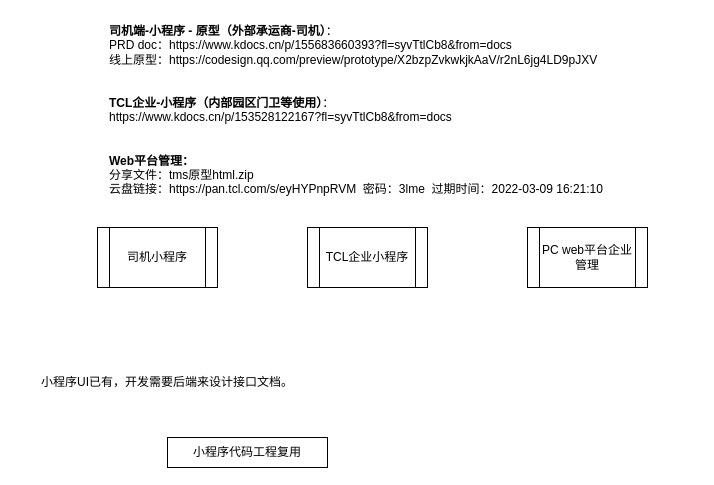
This is page "触点端" (1 of 10) of TMS.drawio from lawplus/diagrams, a draw.io file, before an edit. Source tidied: cells renumbered, new cells numbered last; positions are measured from the earlier drawing's top-left corner, leaving out a move shared by most shapes. Both pictures are drawn from the tidied source at 100%, with x=0, y=0 at pixel (17, 17).
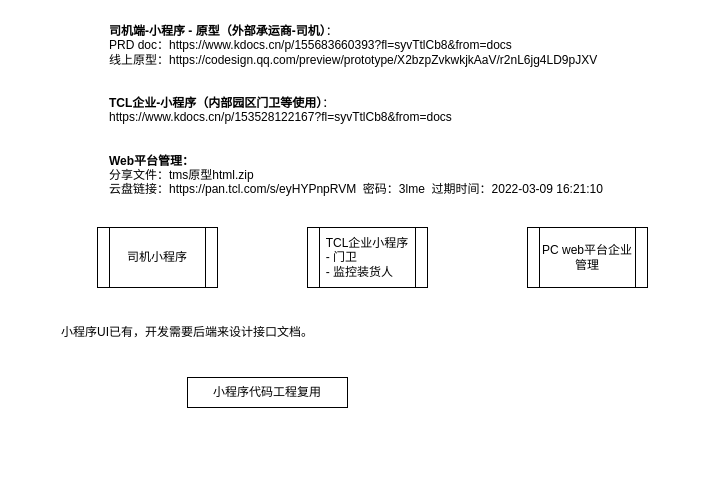
The same page after the edit.

Change to the diagram source:
```diff
@@
 <mxGraphModel>
   <root>
     <mxCell id="0" />
     <mxCell id="1" parent="0" />
     <mxCell id="2" value="&lt;b&gt;司机端-小程序 - 原型（外部承运商-司机）&lt;/b&gt;：&amp;nbsp;&lt;br&gt;PRD doc：https://www.kdocs.cn/p/155683660393?fl=syvTtlCb8&amp;amp;from=docs &lt;br&gt;线上原型：https://codesign.qq.com/preview/prototype/X2bzpZvkwkjkAaV/r2nL6jg4LD9pJXV&lt;br&gt;&lt;br&gt;&lt;br&gt;&lt;b&gt;TCL企业-小程序（内部园区门卫等使用）&lt;/b&gt;：&lt;br&gt;https://www.kdocs.cn/p/153528122167?fl=syvTtlCb8&amp;amp;from=docs&lt;br&gt;&lt;br&gt;&lt;br&gt;&lt;b&gt;Web平台管理：&lt;/b&gt;&lt;br&gt;&lt;div&gt;分享文件：tms原型html.zip&lt;/div&gt;&lt;div&gt;云盘链接：https://pan.tcl.com/s/eyHYPnpRVM&amp;nbsp; 密码：3lme&amp;nbsp; 过期时间：2022-03-09 16:21:10&lt;/div&gt;" style="text;whiteSpace=wrap;html=1;" parent="1" vertex="1">
       <mxGeometry x="90" width="590" height="200" as="geometry" />
     </mxCell>
     <mxCell id="3" value="司机小程序" style="shape=process;whiteSpace=wrap;html=1;backgroundOutline=1;" parent="1" vertex="1">
       <mxGeometry x="80" y="210" width="120" height="60" as="geometry" />
     </mxCell>
-    <mxCell id="4" value="TCL企业小程序" style="shape=process;whiteSpace=wrap;html=1;backgroundOutline=1;" parent="1" vertex="1">
+    <mxCell id="4" value="TCL企业小程序&lt;br&gt;&lt;div style=&quot;text-align: left&quot;&gt;&lt;span&gt;- 门卫&lt;/span&gt;&lt;/div&gt;&lt;div style=&quot;text-align: left&quot;&gt;&lt;span&gt;- 监控装货人&lt;/span&gt;&lt;/div&gt;" style="shape=process;whiteSpace=wrap;html=1;backgroundOutline=1;" parent="1" vertex="1">
       <mxGeometry x="290" y="210" width="120" height="60" as="geometry" />
     </mxCell>
     <mxCell id="5" value="小程序代码工程复用" style="rounded=0;whiteSpace=wrap;html=1;" parent="1" vertex="1">
-      <mxGeometry x="150" y="420" width="160" height="30" as="geometry" />
+      <mxGeometry x="170" y="360" width="160" height="30" as="geometry" />
     </mxCell>
     <mxCell id="6" value="PC web平台企业管理" style="shape=process;whiteSpace=wrap;html=1;backgroundOutline=1;" parent="1" vertex="1">
       <mxGeometry x="510" y="210" width="120" height="60" as="geometry" />
     </mxCell>
     <mxCell id="7" value="小程序UI已有，开发需要后端来设计接口文档。" style="text;html=1;strokeColor=none;fillColor=none;align=center;verticalAlign=middle;whiteSpace=wrap;rounded=0;" parent="1" vertex="1">
-      <mxGeometry y="350" width="300" height="30" as="geometry" />
+      <mxGeometry x="20" y="300" width="300" height="30" as="geometry" />
     </mxCell>
   </root>
 </mxGraphModel>
```
